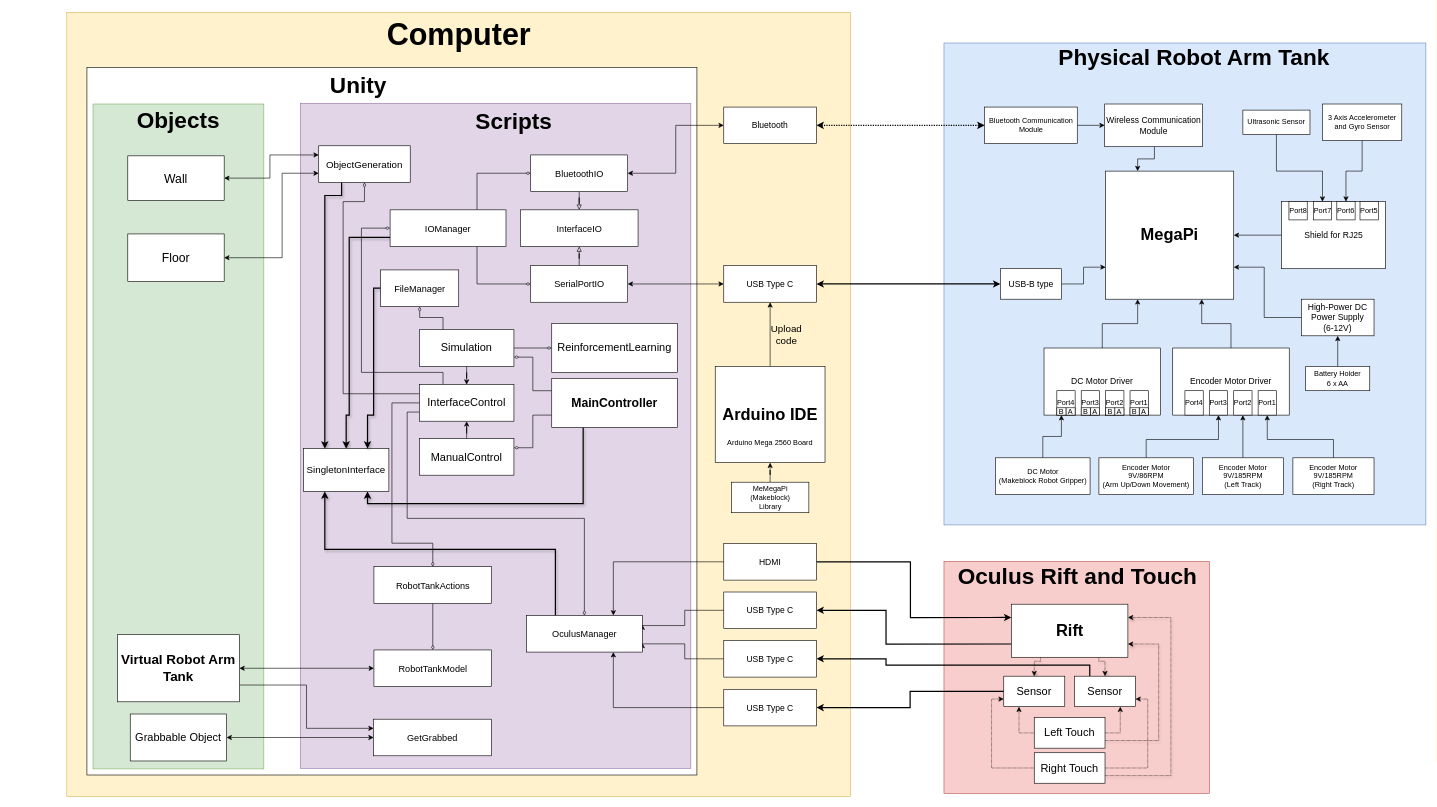
Earlier version of the draw.io diagram Documentation/Diagram/Old/Mobile Robotic Manipulator.drawio (crirex/Robotic_Arm). Source tidied: cells renumbered, new cells numbered last; positions are measured from the earlier drawing's top-left corner, leaving out a move shared by most shapes. Both pictures are drawn from the tidied source at 61%, with x=0, y=0 at pixel (10, 10).
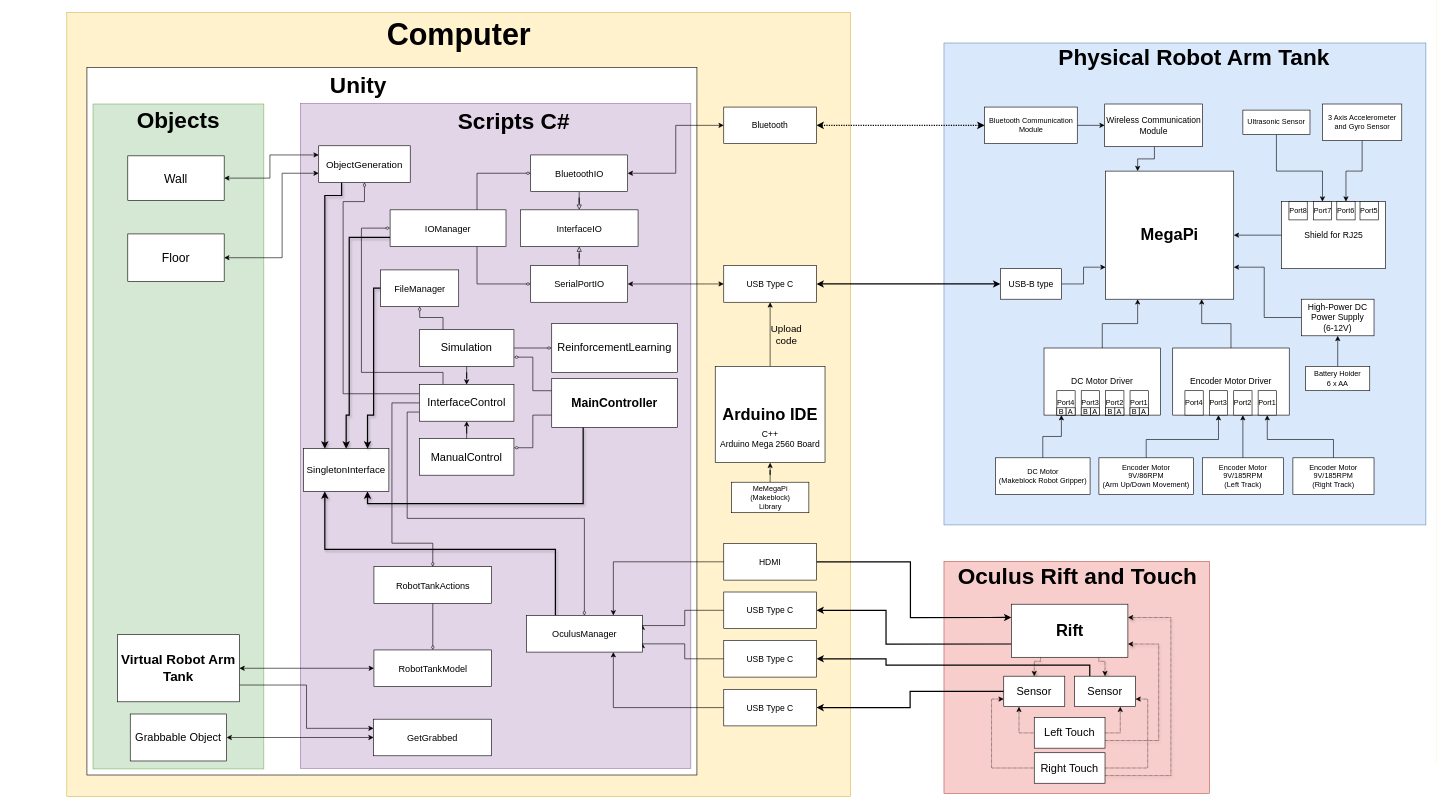
Above is the later version.

Diff of the diagram source:
```diff
@@
-    <mxCell id="92" value="Arduino Mega 2560 Board" style="text;html=1;strokeColor=none;fillColor=none;align=center;verticalAlign=middle;whiteSpace=wrap;rounded=0;fontSize=12;" parent="1" vertex="1">
-      <mxGeometry x="1173" y="698" width="144" height="20" as="geometry" />
+    <mxCell id="92" value="C++&lt;br style=&quot;font-size: 14px;&quot;&gt;Arduino Mega 2560 Board" style="text;html=1;strokeColor=none;fillColor=none;align=center;verticalAlign=middle;whiteSpace=wrap;rounded=0;fontSize=14;" parent="1" vertex="1">
+      <mxGeometry x="1159" y="684" width="172" height="35" as="geometry" />
     </mxCell>
@@
-    <mxCell id="115" value="Scripts" style="text;html=1;strokeColor=none;fillColor=none;align=center;verticalAlign=middle;whiteSpace=wrap;rounded=0;fontSize=37;fontStyle=1;" parent="1" vertex="1">
+    <mxCell id="115" value="Scripts C#" style="text;html=1;strokeColor=none;fillColor=none;align=center;verticalAlign=middle;whiteSpace=wrap;rounded=0;fontSize=37;fontStyle=1;" parent="1" vertex="1">
       <mxGeometry x="550" y="151.5" width="550" height="60" as="geometry" />
     </mxCell>
```
